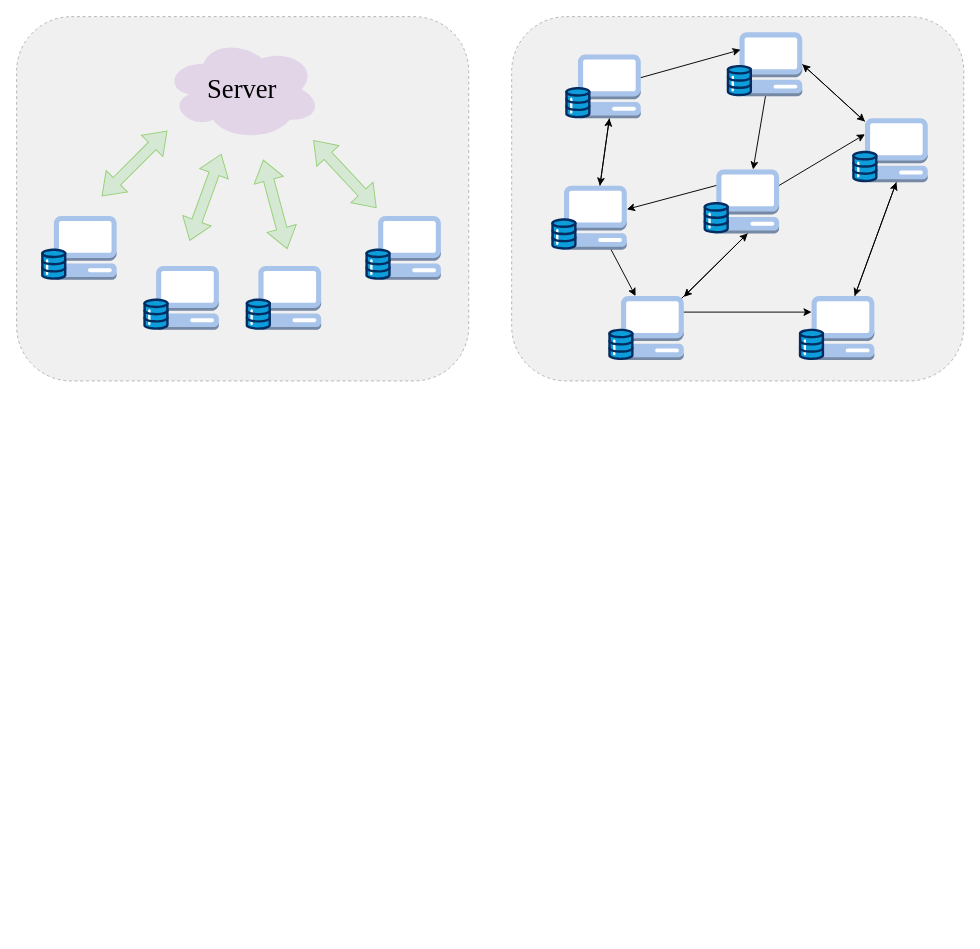
Before: Non-iid Resilient Learning/centralized&decentralized.drawio in Lumos598/drawio, a draw.io diagram. Source tidied: cells renumbered, new cells numbered last; positions are measured from the earlier drawing's top-left corner, leaving out a move shared by most shapes. Both pictures are drawn from the tidied source at 95%, with x=0, y=0 at pixel (16, 16).
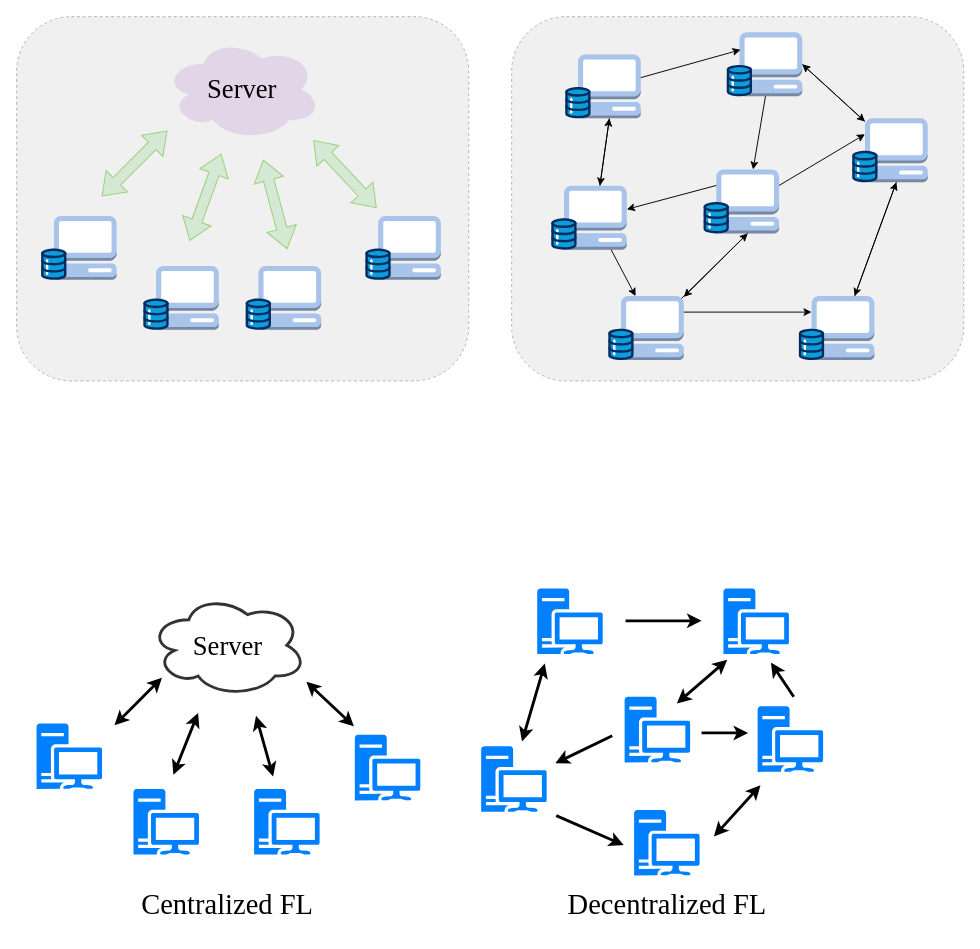
Above is the later version.

The edit, as a diff of the source:
```diff
@@
+    <mxCell id="57" value="&lt;font style=&quot;font-size: 28px;&quot; face=&quot;Times New Roman&quot;&gt;Server&lt;/font&gt;" style="ellipse;shape=cloud;whiteSpace=wrap;html=1;fillColor=none;strokeColor=#333333;strokeWidth=3;" parent="1" vertex="1">
+      <mxGeometry x="139.9" y="608" width="165.1" height="107.6" as="geometry" />
+    </mxCell>
+    <mxCell id="58" style="endArrow=classic;startArrow=classic;html=1;rounded=0;strokeWidth=3;" parent="1" edge="1">
+      <mxGeometry relative="1" as="geometry">
+        <mxPoint x="103" y="746" as="sourcePoint" />
+        <mxPoint x="153" y="696" as="targetPoint" />
+      </mxGeometry>
+    </mxCell>
+    <mxCell id="59" style="endArrow=classic;startArrow=classic;html=1;rounded=0;strokeWidth=3;" parent="1" edge="1">
+      <mxGeometry relative="1" as="geometry">
+        <mxPoint x="165" y="798" as="sourcePoint" />
+        <mxPoint x="191" y="733" as="targetPoint" />
+      </mxGeometry>
+    </mxCell>
+    <mxCell id="60" style="endArrow=classic;startArrow=classic;html=1;rounded=0;strokeWidth=3;" parent="1" edge="1">
+      <mxGeometry relative="1" as="geometry">
+        <mxPoint x="270" y="800" as="sourcePoint" />
+        <mxPoint x="252" y="736" as="targetPoint" />
+      </mxGeometry>
+    </mxCell>
+    <mxCell id="61" style="endArrow=classic;startArrow=classic;html=1;rounded=0;strokeWidth=3;" parent="1" edge="1">
+      <mxGeometry relative="1" as="geometry">
+        <mxPoint x="355" y="747" as="sourcePoint" />
+        <mxPoint x="305" y="700" as="targetPoint" />
+      </mxGeometry>
+    </mxCell>
+    <mxCell id="62" style="sketch=0;shadow=0;dashed=0;html=1;strokeColor=none;labelPosition=center;verticalLabelPosition=bottom;verticalAlign=top;align=center;fillColor=#007FFF;shape=mxgraph.mscae.enterprise.workstation_client;" parent="1" vertex="1">
+      <mxGeometry x="21" y="744" width="69" height="69" as="geometry" />
+    </mxCell>
+    <mxCell id="63" style="sketch=0;shadow=0;dashed=0;html=1;strokeColor=none;labelPosition=center;verticalLabelPosition=bottom;verticalAlign=top;align=center;fillColor=#007FFF;shape=mxgraph.mscae.enterprise.workstation_client;" parent="1" vertex="1">
+      <mxGeometry x="123" y="813" width="69" height="69" as="geometry" />
+    </mxCell>
+    <mxCell id="64" style="sketch=0;shadow=0;dashed=0;html=1;strokeColor=none;labelPosition=center;verticalLabelPosition=bottom;verticalAlign=top;align=center;fillColor=#007FFF;shape=mxgraph.mscae.enterprise.workstation_client;" parent="1" vertex="1">
+      <mxGeometry x="250" y="813" width="69" height="69" as="geometry" />
+    </mxCell>
+    <mxCell id="65" style="sketch=0;shadow=0;dashed=0;html=1;strokeColor=none;labelPosition=center;verticalLabelPosition=bottom;verticalAlign=top;align=center;fillColor=#007FFF;shape=mxgraph.mscae.enterprise.workstation_client;" parent="1" vertex="1">
+      <mxGeometry x="356" y="756" width="69" height="69" as="geometry" />
+    </mxCell>
+    <mxCell id="66" style="sketch=0;shadow=0;dashed=0;html=1;strokeColor=none;labelPosition=center;verticalLabelPosition=bottom;verticalAlign=top;align=center;fillColor=#007FFF;shape=mxgraph.mscae.enterprise.workstation_client;" parent="1" vertex="1">
+      <mxGeometry x="548" y="602" width="69" height="69" as="geometry" />
+    </mxCell>
+    <mxCell id="67" style="sketch=0;shadow=0;dashed=0;html=1;strokeColor=none;labelPosition=center;verticalLabelPosition=bottom;verticalAlign=top;align=center;fillColor=#007FFF;shape=mxgraph.mscae.enterprise.workstation_client;" parent="1" vertex="1">
+      <mxGeometry x="640" y="716" width="69" height="69" as="geometry" />
+    </mxCell>
+    <mxCell id="68" style="sketch=0;shadow=0;dashed=0;html=1;strokeColor=none;labelPosition=center;verticalLabelPosition=bottom;verticalAlign=top;align=center;fillColor=#007FFF;shape=mxgraph.mscae.enterprise.workstation_client;" parent="1" vertex="1">
+      <mxGeometry x="744" y="602" width="69" height="69" as="geometry" />
+    </mxCell>
+    <mxCell id="69" style="sketch=0;shadow=0;dashed=0;html=1;strokeColor=none;labelPosition=center;verticalLabelPosition=bottom;verticalAlign=top;align=center;fillColor=#007FFF;shape=mxgraph.mscae.enterprise.workstation_client;" parent="1" vertex="1">
+      <mxGeometry x="650" y="835" width="69" height="69" as="geometry" />
+    </mxCell>
+    <mxCell id="70" style="sketch=0;shadow=0;dashed=0;html=1;strokeColor=none;labelPosition=center;verticalLabelPosition=bottom;verticalAlign=top;align=center;fillColor=#007FFF;shape=mxgraph.mscae.enterprise.workstation_client;" parent="1" vertex="1">
+      <mxGeometry x="489" y="768" width="69" height="69" as="geometry" />
+    </mxCell>
+    <mxCell id="71" style="sketch=0;shadow=0;dashed=0;html=1;strokeColor=none;labelPosition=center;verticalLabelPosition=bottom;verticalAlign=top;align=center;fillColor=#007FFF;shape=mxgraph.mscae.enterprise.workstation_client;" parent="1" vertex="1">
+      <mxGeometry x="780" y="726" width="69" height="69" as="geometry" />
+    </mxCell>
+    <mxCell id="72" style="endArrow=classic;startArrow=classic;html=1;rounded=0;strokeWidth=3;" parent="1" edge="1">
+      <mxGeometry relative="1" as="geometry">
+        <mxPoint x="532" y="763" as="sourcePoint" />
+        <mxPoint x="556" y="681" as="targetPoint" />
+      </mxGeometry>
+    </mxCell>
+    <mxCell id="73" style="endArrow=classic;html=1;rounded=0;strokeWidth=3;" parent="1" edge="1">
+      <mxGeometry relative="1" as="geometry">
+        <mxPoint x="641" y="636" as="sourcePoint" />
+        <mxPoint x="721" y="636" as="targetPoint" />
+      </mxGeometry>
+    </mxCell>
+    <mxCell id="74" style="endArrow=classic;html=1;rounded=0;strokeWidth=3;" parent="1" edge="1">
+      <mxGeometry relative="1" as="geometry">
+        <mxPoint x="721" y="754" as="sourcePoint" />
+        <mxPoint x="770" y="754" as="targetPoint" />
+      </mxGeometry>
+    </mxCell>
+    <mxCell id="75" style="endArrow=classic;html=1;rounded=0;strokeWidth=3;" parent="1" edge="1">
+      <mxGeometry relative="1" as="geometry">
+        <mxPoint x="627" y="757" as="sourcePoint" />
+        <mxPoint x="567" y="786" as="targetPoint" />
+      </mxGeometry>
+    </mxCell>
+    <mxCell id="76" style="endArrow=classic;html=1;rounded=0;strokeWidth=3;" parent="1" edge="1">
+      <mxGeometry relative="1" as="geometry">
+        <mxPoint x="568" y="841" as="sourcePoint" />
+        <mxPoint x="639" y="872" as="targetPoint" />
+      </mxGeometry>
+    </mxCell>
+    <mxCell id="77" style="endArrow=classic;startArrow=classic;html=1;rounded=0;strokeWidth=3;" parent="1" edge="1">
+      <mxGeometry relative="1" as="geometry">
+        <mxPoint x="734" y="863" as="sourcePoint" />
+        <mxPoint x="783" y="809" as="targetPoint" />
+      </mxGeometry>
+    </mxCell>
+    <mxCell id="78" style="endArrow=classic;startArrow=classic;html=1;rounded=0;strokeWidth=3;" parent="1" edge="1">
+      <mxGeometry relative="1" as="geometry">
+        <mxPoint x="695" y="723" as="sourcePoint" />
+        <mxPoint x="748" y="677" as="targetPoint" />
+      </mxGeometry>
+    </mxCell>
+    <mxCell id="79" style="endArrow=classic;html=1;rounded=0;strokeWidth=3;" parent="1" edge="1">
+      <mxGeometry relative="1" as="geometry">
+        <mxPoint x="818" y="716" as="sourcePoint" />
+        <mxPoint x="794" y="680" as="targetPoint" />
+      </mxGeometry>
+    </mxCell>
+    <mxCell id="80" value="&lt;font style=&quot;font-size: 30px;&quot;&gt;Centralized FL&lt;/font&gt;" style="rounded=1;whiteSpace=wrap;html=1;strokeColor=none;fontFamily=Times New Roman;fillColor=none;" parent="1" vertex="1">
+      <mxGeometry x="99.4" y="904" width="246" height="60" as="geometry" />
+    </mxCell>
+    <mxCell id="81" value="&lt;font style=&quot;font-size: 30px;&quot;&gt;Decentralized FL&lt;/font&gt;" style="rounded=1;whiteSpace=wrap;html=1;strokeColor=none;fontFamily=Times New Roman;fillColor=none;" parent="1" vertex="1">
+      <mxGeometry x="561.5" y="904" width="246" height="60" as="geometry" />
+    </mxCell>
```
